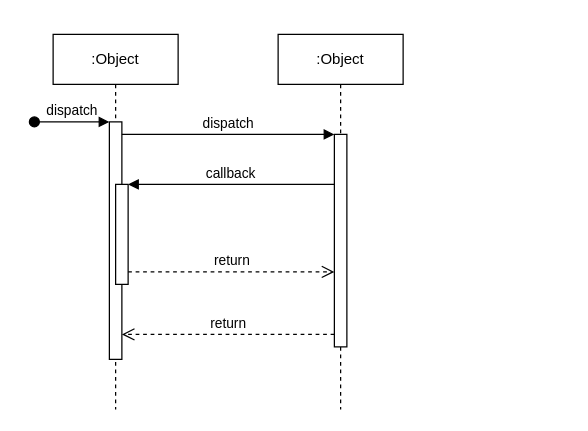
The draw.io diagram sequence_diagram.drawio in Mohammed-BJ/ProjetBackendDev, before the edit. Source tidied: cells renumbered, new cells numbered last; positions are measured from the earlier drawing's top-left corner, leaving out a move shared by most shapes. Both pictures are drawn from the tidied source at 125%, with x=0, y=0 at pixel (34, 34).
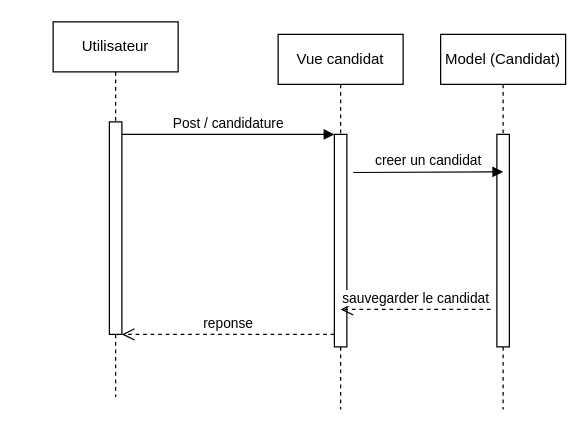
Above is the later version.

Commit message:
Mettre à jour sequence_diagram.drawio

The edit, as a diff of the source:
```diff
@@
 <mxGraphModel>
   <root>
     <mxCell id="0" />
     <mxCell id="1" parent="0" />
-    <mxCell id="2" value=":Object" style="shape=umlLifeline;perimeter=lifelinePerimeter;whiteSpace=wrap;html=1;newEdgeStyle={&quot;edgeStyle&quot;:&quot;elbowEdgeStyle&quot;,&quot;elbow&quot;:&quot;vertical&quot;,&quot;curved&quot;:0,&quot;rounded&quot;:0};" parent="1" vertex="1">
-      <mxGeometry x="15" width="100" height="300" as="geometry" />
-    </mxCell>
-    <mxCell id="3" style="html=1;points=[];perimeter=orthogonalPerimeter;outlineConnect=0;targetShapes=umlLifeline;portConstraint=eastwest;newEdgeStyle={&quot;edgeStyle&quot;:&quot;elbowEdgeStyle&quot;,&quot;elbow&quot;:&quot;vertical&quot;,&quot;curved&quot;:0,&quot;rounded&quot;:0};" parent="2" vertex="1">
-      <mxGeometry x="45" y="70" width="10" height="190" as="geometry" />
-    </mxCell>
-    <mxCell id="4" value="dispatch" style="html=1;verticalAlign=bottom;startArrow=oval;endArrow=block;startSize=8;edgeStyle=elbowEdgeStyle;elbow=vertical;curved=0;rounded=0;" parent="2" edge="1" target="3">
-      <mxGeometry relative="1" as="geometry">
-        <mxPoint x="-15" y="70" as="sourcePoint" />
-      </mxGeometry>
-    </mxCell>
-    <mxCell id="5" style="html=1;points=[];perimeter=orthogonalPerimeter;outlineConnect=0;targetShapes=umlLifeline;portConstraint=eastwest;newEdgeStyle={&quot;edgeStyle&quot;:&quot;elbowEdgeStyle&quot;,&quot;elbow&quot;:&quot;vertical&quot;,&quot;curved&quot;:0,&quot;rounded&quot;:0};" parent="2" vertex="1">
-      <mxGeometry x="50" y="120" width="10" height="80" as="geometry" />
-    </mxCell>
-    <mxCell id="6" value=":Object" style="shape=umlLifeline;perimeter=lifelinePerimeter;whiteSpace=wrap;html=1;newEdgeStyle={&quot;edgeStyle&quot;:&quot;elbowEdgeStyle&quot;,&quot;elbow&quot;:&quot;vertical&quot;,&quot;curved&quot;:0,&quot;rounded&quot;:0};" parent="1" vertex="1">
+    <mxCell id="6" value="Vue candidat" style="shape=umlLifeline;perimeter=lifelinePerimeter;whiteSpace=wrap;html=1;newEdgeStyle={&quot;edgeStyle&quot;:&quot;elbowEdgeStyle&quot;,&quot;elbow&quot;:&quot;vertical&quot;,&quot;curved&quot;:0,&quot;rounded&quot;:0};" parent="1" vertex="1">
       <mxGeometry x="195" width="100" height="300" as="geometry" />
     </mxCell>
     <mxCell id="7" style="html=1;points=[];perimeter=orthogonalPerimeter;outlineConnect=0;targetShapes=umlLifeline;portConstraint=eastwest;newEdgeStyle={&quot;edgeStyle&quot;:&quot;elbowEdgeStyle&quot;,&quot;elbow&quot;:&quot;vertical&quot;,&quot;curved&quot;:0,&quot;rounded&quot;:0};" parent="6" vertex="1">
       <mxGeometry x="45" y="80" width="10" height="170" as="geometry" />
     </mxCell>
-    <mxCell id="8" value="dispatch" style="html=1;verticalAlign=bottom;endArrow=block;edgeStyle=elbowEdgeStyle;elbow=vertical;curved=0;rounded=0;" parent="1" edge="1" source="3" target="7">
+    <mxCell id="8" value="Post / candidature" style="html=1;verticalAlign=bottom;endArrow=block;edgeStyle=elbowEdgeStyle;elbow=vertical;curved=0;rounded=0;" parent="1" edge="1" target="7">
       <mxGeometry relative="1" as="geometry">
+        <mxPoint x="70" y="80" as="sourcePoint" />
         <Array as="points">
           <mxPoint x="155" y="80" />
         </Array>
       </mxGeometry>
     </mxCell>
-    <mxCell id="9" value="return" style="html=1;verticalAlign=bottom;endArrow=open;dashed=1;endSize=8;edgeStyle=elbowEdgeStyle;elbow=vertical;curved=0;rounded=0;" parent="1" edge="1" source="7" target="3">
+    <mxCell id="9" value="reponse" style="html=1;verticalAlign=bottom;endArrow=open;dashed=1;endSize=8;edgeStyle=elbowEdgeStyle;elbow=vertical;curved=0;rounded=0;" parent="1" edge="1" source="7">
       <mxGeometry relative="1" as="geometry">
+        <mxPoint x="70" y="240" as="targetPoint" />
         <Array as="points">
           <mxPoint x="165" y="240" />
         </Array>
       </mxGeometry>
     </mxCell>
-    <mxCell id="10" value="callback" style="html=1;verticalAlign=bottom;endArrow=block;edgeStyle=elbowEdgeStyle;elbow=vertical;curved=0;rounded=0;" parent="1" edge="1" source="7" target="5">
-      <mxGeometry relative="1" as="geometry">
-        <Array as="points">
-          <mxPoint x="165" y="120" />
-        </Array>
-      </mxGeometry>
-    </mxCell>
-    <mxCell id="11" value="return" style="html=1;verticalAlign=bottom;endArrow=open;dashed=1;endSize=8;edgeStyle=elbowEdgeStyle;elbow=vertical;curved=0;rounded=0;" parent="1" edge="1" source="5" target="7">
-      <mxGeometry relative="1" as="geometry">
-        <Array as="points">
-          <mxPoint x="155" y="190" />
-        </Array>
-      </mxGeometry>
-    </mxCell>
+    <mxCell id="12" value="Model (Candidat)" style="shape=umlLifeline;perimeter=lifelinePerimeter;whiteSpace=wrap;html=1;newEdgeStyle={&quot;edgeStyle&quot;:&quot;elbowEdgeStyle&quot;,&quot;elbow&quot;:&quot;vertical&quot;,&quot;curved&quot;:0,&quot;rounded&quot;:0};" parent="1" vertex="1">
+      <mxGeometry x="325" width="100" height="300" as="geometry" />
+    </mxCell>
+    <mxCell id="13" style="html=1;perimeter=orthogonalPerimeter;targetShapes=umlLifeline;newEdgeStyle={&quot;edgeStyle&quot;:&quot;elbowEdgeStyle&quot;,&quot;elbow&quot;:&quot;vertical&quot;,&quot;curved&quot;:0,&quot;rounded&quot;:0};" parent="12" vertex="1">
+      <mxGeometry x="45" y="80" width="10" height="170" as="geometry" />
+    </mxCell>
+    <mxCell id="14" value="Utilisateur" style="shape=umlLifeline;perimeter=lifelinePerimeter;whiteSpace=wrap;html=1;newEdgeStyle={&quot;edgeStyle&quot;:&quot;elbowEdgeStyle&quot;,&quot;elbow&quot;:&quot;vertical&quot;,&quot;curved&quot;:0,&quot;rounded&quot;:0};" parent="1" vertex="1">
+      <mxGeometry x="15" y="-10" width="100" height="300" as="geometry" />
+    </mxCell>
+    <mxCell id="15" style="html=1;perimeter=orthogonalPerimeter;targetShapes=umlLifeline;newEdgeStyle={&quot;edgeStyle&quot;:&quot;elbowEdgeStyle&quot;,&quot;elbow&quot;:&quot;vertical&quot;,&quot;curved&quot;:0,&quot;rounded&quot;:0};" parent="14" vertex="1">
+      <mxGeometry x="45" y="80" width="10" height="170" as="geometry" />
+    </mxCell>
+    <mxCell id="16" value="creer un candidat" style="html=1;verticalAlign=bottom;endArrow=block;edgeStyle=elbowEdgeStyle;elbow=vertical;curved=0;rounded=0;" parent="1" edge="1">
+      <mxGeometry relative="1" as="geometry">
+        <mxPoint x="255" y="110.5" as="sourcePoint" />
+        <mxPoint x="375" y="110" as="targetPoint" />
+        <Array as="points">
+          <mxPoint x="245" y="110" />
+        </Array>
+      </mxGeometry>
+    </mxCell>
+    <mxCell id="17" value="sauvegarder le candidat" style="html=1;verticalAlign=bottom;endArrow=open;dashed=1;endSize=8;edgeStyle=elbowEdgeStyle;elbow=vertical;curved=0;rounded=0;" parent="1" edge="1">
+      <mxGeometry relative="1" as="geometry">
+        <mxPoint x="365" y="220" as="sourcePoint" />
+        <mxPoint x="245" y="220" as="targetPoint" />
+        <Array as="points">
+          <mxPoint x="340" y="220" />
+        </Array>
+      </mxGeometry>
+    </mxCell>
   </root>
 </mxGraphModel>
```
